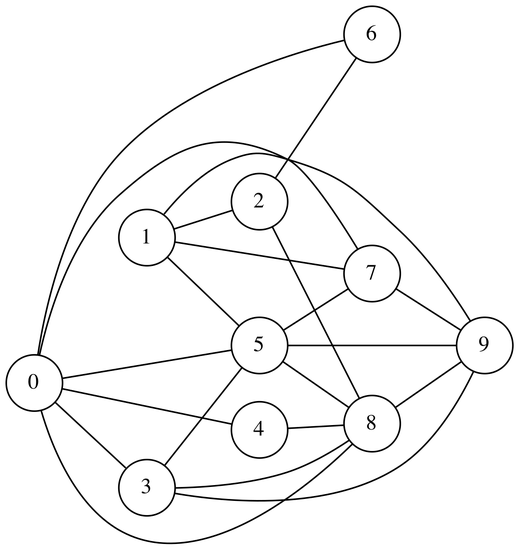
The Graphviz diagram graphs-networks/c-networks/second-random/graphviz/random_graph.png in mickey-is-codin/data-structures, before a commit. Its source is kept beside it as graphs-networks/c-networks/second-random/graphviz/random_graph.dot.
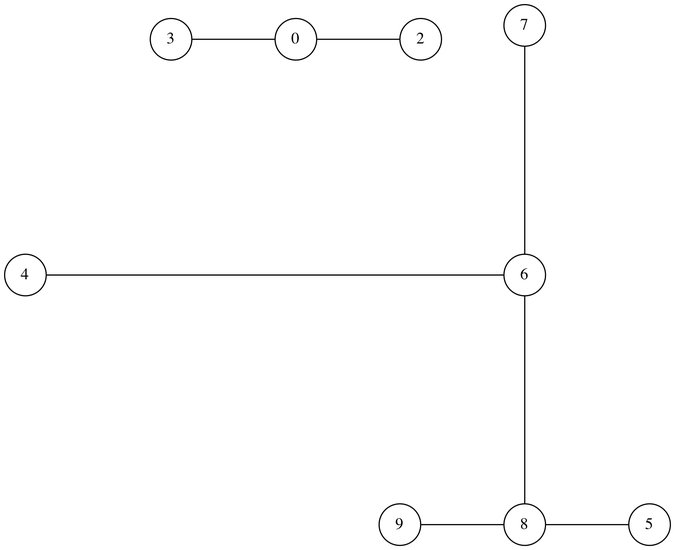
After the change.

The edit, as a diff of the source:
```diff
@@ -4,25 +4,11 @@
 	size="6,6";
 	rankdir="LR";
 
+	0 -- 2
 	0 -- 3
-	0 -- 4
-	0 -- 5
-	0 -- 6
-	0 -- 7
-	0 -- 8
-	1 -- 2
-	1 -- 5
-	1 -- 7
-	1 -- 9
-	2 -- 6
-	2 -- 8
-	3 -- 5
-	3 -- 8
-	3 -- 9
-	4 -- 8
-	5 -- 7
+	4 -- 6
 	5 -- 8
-	5 -- 9
-	7 -- 9
+	6 -- 7
+	6 -- 8
 	8 -- 9
 }
```
